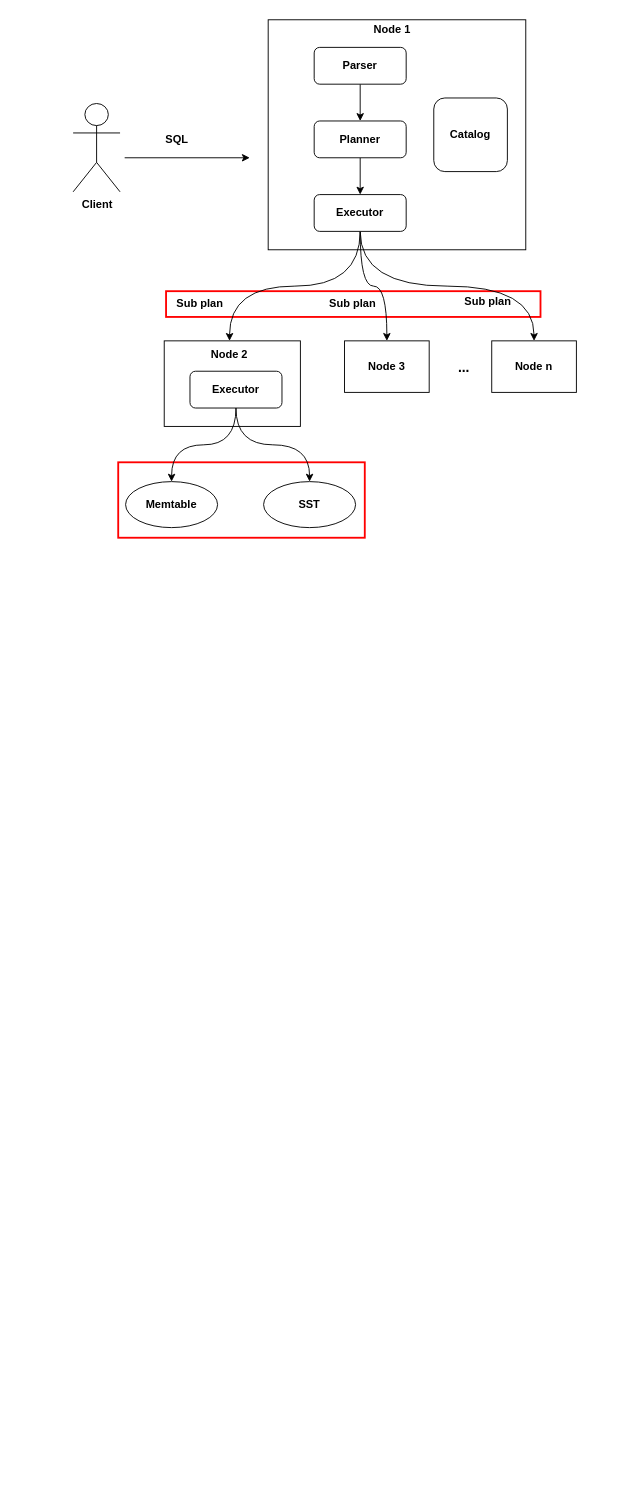
This is query-process.drawio from Rachelint/drawio-store, a draw.io file, before an edit. Source tidied: cells renumbered, new cells numbered last; positions are measured from the earlier drawing's top-left corner, leaving out a move shared by most shapes. Both pictures are drawn from the tidied source at 92%, with x=0, y=0 at pixel (73, 16).
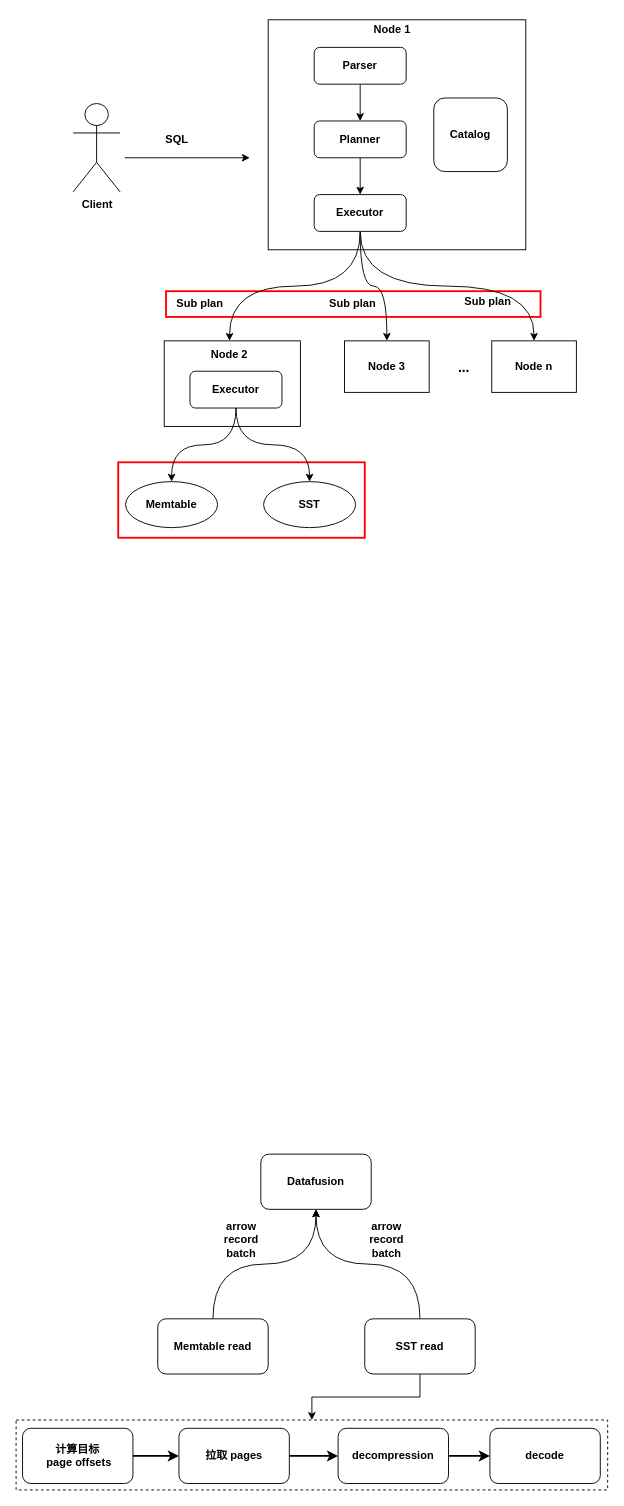
The same diagram, later.

Diff of the diagram source:
```diff
@@
+    <mxCell id="33" style="rounded=0;whiteSpace=wrap;html=1;dashed=1;" parent="1" vertex="1">
+      <mxGeometry x="-62" y="1526" width="643" height="76" as="geometry" />
+    </mxCell>
@@
+    <mxCell id="34" style="edgeStyle=orthogonalEdgeStyle;rounded=0;jettySize=auto;html=1;exitX=1;exitY=0.5;exitDx=0;exitDy=0;fontSize=13;strokeWidth=2;" parent="1" edge="1" source="35" target="37">
+      <mxGeometry relative="1" as="geometry" />
+    </mxCell>
+    <mxCell id="35" value="&lt;div&gt;&lt;span&gt;计算目标&lt;/span&gt;&lt;/div&gt;&lt;div&gt;&lt;span&gt;&amp;nbsp;page offsets&lt;/span&gt;&lt;/div&gt;" style="rounded=1;whiteSpace=wrap;html=1;fontStyle=1;" parent="1" vertex="1">
+      <mxGeometry x="-55" y="1535" width="120" height="60" as="geometry" />
+    </mxCell>
+    <mxCell id="36" style="edgeStyle=orthogonalEdgeStyle;rounded=0;jettySize=auto;html=1;exitX=1;exitY=0.5;exitDx=0;exitDy=0;strokeWidth=2;" parent="1" edge="1" source="37" target="39">
+      <mxGeometry relative="1" as="geometry" />
+    </mxCell>
+    <mxCell id="37" value="拉取 pages" style="rounded=1;whiteSpace=wrap;html=1;fontStyle=1;" parent="1" vertex="1">
+      <mxGeometry x="115" y="1535" width="120" height="60" as="geometry" />
+    </mxCell>
+    <mxCell id="38" style="edgeStyle=orthogonalEdgeStyle;rounded=0;jettySize=auto;html=1;exitX=1;exitY=0.5;exitDx=0;exitDy=0;strokeWidth=2;" parent="1" edge="1" source="39" target="40">
+      <mxGeometry relative="1" as="geometry" />
+    </mxCell>
+    <mxCell id="39" value="decompression" style="rounded=1;whiteSpace=wrap;html=1;fontStyle=1;" parent="1" vertex="1">
+      <mxGeometry x="288" y="1535" width="120" height="60" as="geometry" />
+    </mxCell>
+    <mxCell id="40" value="decode" style="rounded=1;whiteSpace=wrap;html=1;fontStyle=1;" parent="1" vertex="1">
+      <mxGeometry x="453" y="1535" width="120" height="60" as="geometry" />
+    </mxCell>
+    <mxCell id="41" value="&lt;b&gt;Datafusion&lt;/b&gt;" style="rounded=1;whiteSpace=wrap;html=1;" parent="1" vertex="1">
+      <mxGeometry x="204" y="1237" width="120" height="60" as="geometry" />
+    </mxCell>
+    <mxCell id="42" style="edgeStyle=orthogonalEdgeStyle;rounded=0;jettySize=auto;html=1;exitX=0.5;exitY=0;exitDx=0;exitDy=0;curved=1;" parent="1" edge="1" source="43" target="41">
+      <mxGeometry relative="1" as="geometry" />
+    </mxCell>
+    <mxCell id="43" value="&lt;b&gt;Memtable read&lt;br&gt;&lt;/b&gt;" style="rounded=1;whiteSpace=wrap;html=1;" parent="1" vertex="1">
+      <mxGeometry x="92" y="1416" width="120" height="60" as="geometry" />
+    </mxCell>
+    <mxCell id="44" style="edgeStyle=orthogonalEdgeStyle;rounded=0;jettySize=auto;html=1;exitX=0.5;exitY=1;exitDx=0;exitDy=0;" parent="1" edge="1" source="46" target="33">
+      <mxGeometry relative="1" as="geometry" />
+    </mxCell>
+    <mxCell id="45" style="edgeStyle=orthogonalEdgeStyle;rounded=0;jettySize=auto;html=1;exitX=0.5;exitY=0;exitDx=0;exitDy=0;entryX=0.5;entryY=1;entryDx=0;entryDy=0;curved=1;" parent="1" edge="1" source="46" target="41">
+      <mxGeometry relative="1" as="geometry" />
+    </mxCell>
+    <mxCell id="46" value="&lt;b&gt;SST read&lt;br&gt;&lt;/b&gt;" style="rounded=1;whiteSpace=wrap;html=1;" parent="1" vertex="1">
+      <mxGeometry x="317" y="1416" width="120" height="60" as="geometry" />
+    </mxCell>
+    <mxCell id="47" value="&lt;b&gt;arrow record batch&lt;/b&gt;" style="text;html=1;strokeColor=none;fillColor=none;align=center;verticalAlign=middle;whiteSpace=wrap;rounded=0;" parent="1" vertex="1">
+      <mxGeometry x="311" y="1315" width="60" height="30" as="geometry" />
+    </mxCell>
+    <mxCell id="48" value="&lt;b&gt;arrow record batch&lt;/b&gt;" style="text;html=1;strokeColor=none;fillColor=none;align=center;verticalAlign=middle;whiteSpace=wrap;rounded=0;" parent="1" vertex="1">
+      <mxGeometry x="153" y="1315" width="60" height="30" as="geometry" />
+    </mxCell>
```
